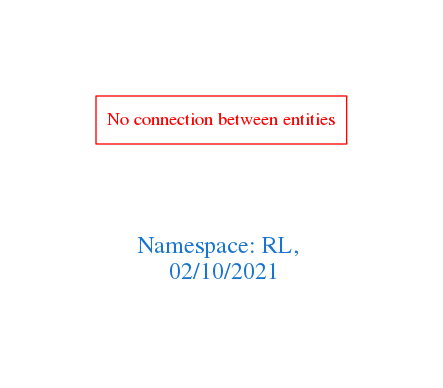
Above: downloads/RL.png in arago/OGIT (Graphviz), before the change. Its source is kept beside it as downloads/RL.dot.
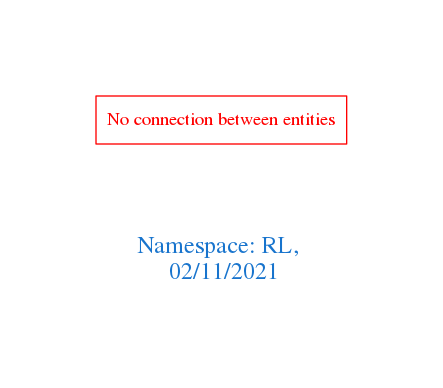
After the commit.

The edit, as a diff of the source:
```diff
@@ -1,7 +1,7 @@
 digraph OGIT_ontology {
  graph [ rankdir= LR,pad=1
 fontsize = 18,
-fontcolor= dodgerblue3,label = "\n\n\nNamespace: RL, \n 02/10/2021"];
+fontcolor= dodgerblue3,label = "\n\n\nNamespace: RL, \n 02/11/2021"];
 node[shape=polygon];
 edge [  color="gray81"];
 
```
